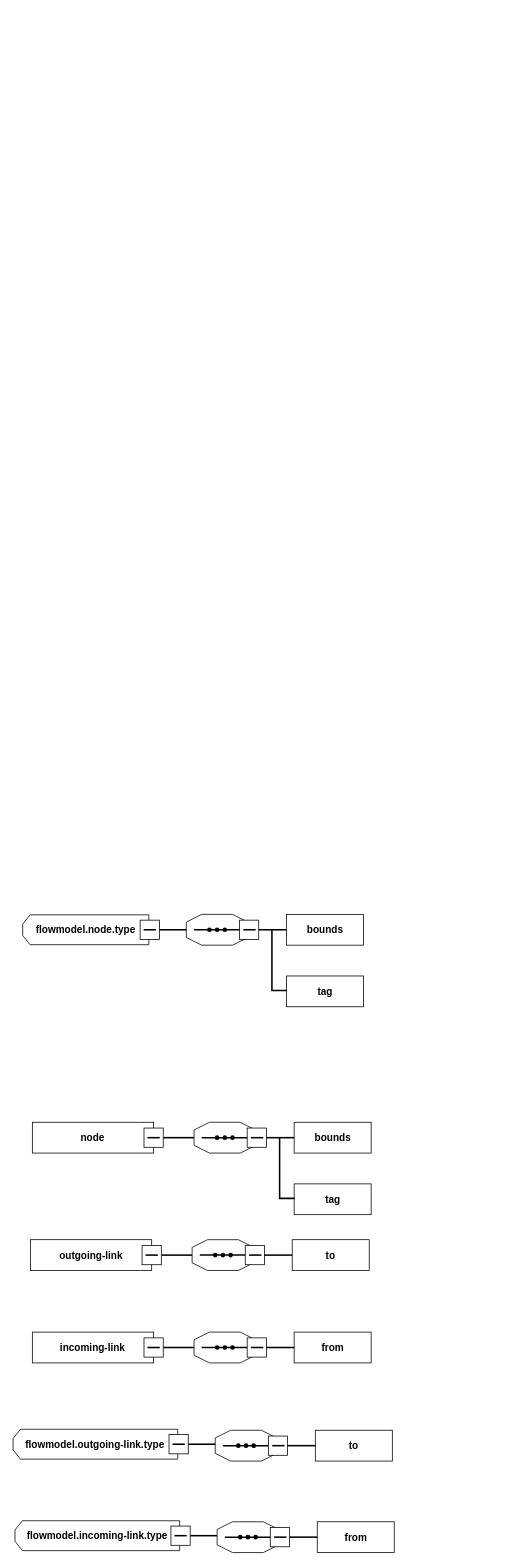
Before: drawio/xsd.drawio in happinessandlove/Pic, a draw.io diagram. Source tidied: cells renumbered, new cells numbered last; positions are measured from the earlier drawing's top-left corner, leaving out a move shared by most shapes. Both pictures are drawn from the tidied source at 77%, with x=0, y=0 at pixel (13, 866).
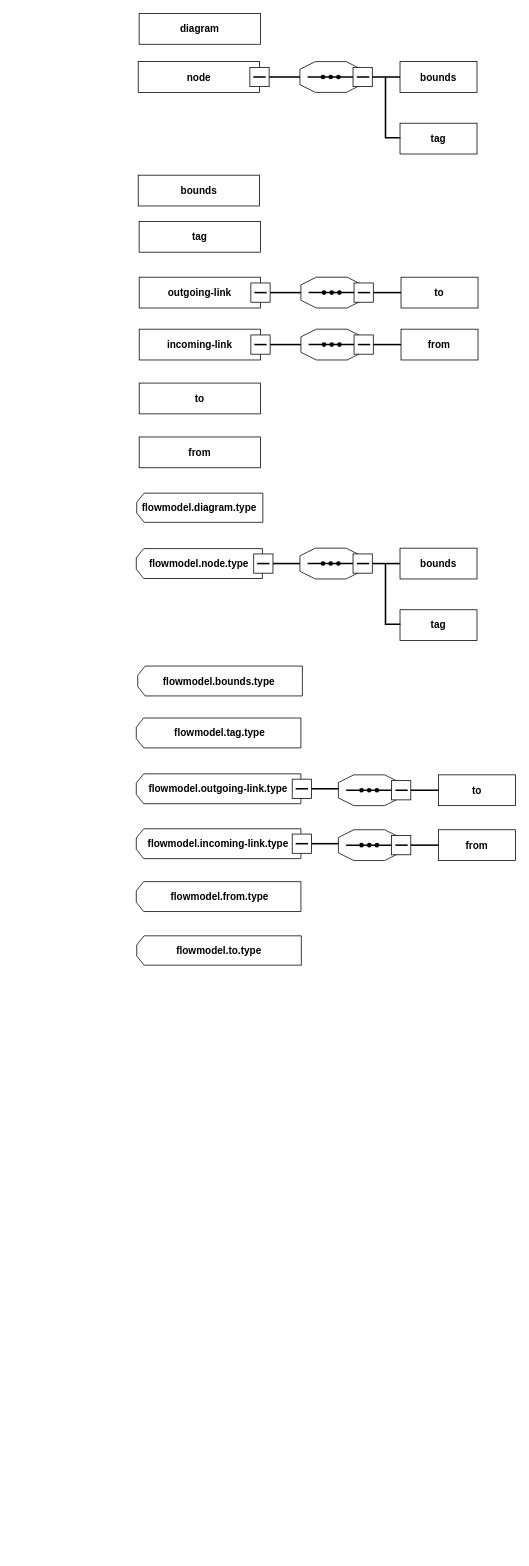
Above is the later version.

Diff of the diagram source:
```diff
@@
     <mxCell id="2" style="group;" parent="1" vertex="1">
-      <mxGeometry x="12" y="62" width="442.5" height="120" as="geometry" />
+      <mxGeometry x="159.5" y="-413.6" width="442.5" height="120" as="geometry" />
     </mxCell>
@@
     <mxCell id="22" style="group;" parent="1" vertex="1">
-      <mxGeometry x="24.5" y="309.5" width="440" height="142.5" as="geometry" />
+      <mxGeometry x="162" y="-1068" width="440" height="142.5" as="geometry" />
     </mxCell>
@@
     <mxCell id="42" style="group;" parent="1" vertex="1">
-      <mxGeometry x="22" y="462" width="440" height="142.5" as="geometry" />
+      <mxGeometry x="163.3" y="-788" width="440" height="270" as="geometry" />
     </mxCell>
@@
-    <mxCell id="60" style="group;" parent="1" vertex="1">
-      <mxGeometry x="24.5" y="582" width="440" height="142.5" as="geometry" />
-    </mxCell>
-    <mxCell id="61" style="group;" parent="60" vertex="1">
-      <mxGeometry width="440" height="85" as="geometry" />
+    <mxCell id="61" style="group;" parent="42" vertex="1">
+      <mxGeometry y="92.5" width="440" height="177.5" as="geometry" />
     </mxCell>
     <mxCell id="62" style="group;" parent="61" vertex="1">
-      <mxGeometry x="210" y="22.5" width="94" height="40" as="geometry" />
+      <mxGeometry x="210" y="-2.5" width="94" height="40" as="geometry" />
     </mxCell>
@@
     <mxCell id="70" style="line;strokeWidth=2;html=1;fontSize=13;" parent="61" vertex="1">
-      <mxGeometry x="170" y="37.5" width="40" height="10" as="geometry" />
+      <mxGeometry x="170" y="12.5" width="40" height="10" as="geometry" />
     </mxCell>
     <mxCell id="71" style="rounded=0;whiteSpace=wrap;html=1;fontSize=13;" parent="61" vertex="1">
-      <mxGeometry x="340" y="22.5" width="100" height="40" as="geometry" />
+      <mxGeometry x="340" y="-2.5" width="100" height="40" as="geometry" />
     </mxCell>
     <mxCell id="72" value="from" style="text;html=1;strokeColor=none;fillColor=none;align=center;verticalAlign=middle;whiteSpace=wrap;rounded=0;fontSize=13;fontStyle=1;" parent="61" vertex="1">
-      <mxGeometry x="360" y="27.5" width="60" height="30" as="geometry" />
+      <mxGeometry x="360" y="2.5" width="60" height="30" as="geometry" />
     </mxCell>
     <mxCell id="73" style="line;strokeWidth=2;html=1;fontSize=13;" parent="61" vertex="1">
-      <mxGeometry x="304" y="37.5" width="36" height="10" as="geometry" />
+      <mxGeometry x="304" y="12.5" width="36" height="10" as="geometry" />
     </mxCell>
     <mxCell id="74" style="rounded=0;whiteSpace=wrap;html=1;" parent="61" vertex="1">
-      <mxGeometry y="22.5" width="157.5" height="40" as="geometry" />
+      <mxGeometry y="-2.5" width="157.5" height="40" as="geometry" />
     </mxCell>
     <mxCell id="75" style="whiteSpace=wrap;html=1;rotation=-90;" parent="61" vertex="1">
-      <mxGeometry x="145" y="30" width="25" height="25" as="geometry" />
+      <mxGeometry x="145" y="5" width="25" height="25" as="geometry" />
     </mxCell>
     <mxCell id="76" style="line;strokeWidth=2;html=1;" parent="61" vertex="1">
-      <mxGeometry x="149.5" width="16" height="85" as="geometry" />
+      <mxGeometry x="149.5" y="-25" width="16" height="85" as="geometry" />
     </mxCell>
     <mxCell id="77" value="incoming-link" style="text;html=1;strokeColor=none;fillColor=none;align=center;verticalAlign=middle;whiteSpace=wrap;rounded=0;fontSize=13;fontStyle=1;" parent="61" vertex="1">
-      <mxGeometry x="18.7" y="27.5" width="120" height="30" as="geometry" />
+      <mxGeometry x="18.7" y="2.5" width="120" height="30" as="geometry" />
     </mxCell>
+    <mxCell id="116" style="group;" parent="61" vertex="1">
+      <mxGeometry y="67.5" width="157.5" height="110" as="geometry" />
+    </mxCell>
+    <mxCell id="117" style="group;" parent="116" vertex="1">
+      <mxGeometry width="157.5" height="40" as="geometry" />
+    </mxCell>
+    <mxCell id="118" style="rounded=0;whiteSpace=wrap;html=1;" parent="117" vertex="1">
+      <mxGeometry width="157.5" height="40" as="geometry" />
+    </mxCell>
+    <mxCell id="119" value="&lt;span style=&quot;font-size: 13px&quot;&gt;&lt;b&gt;to&lt;/b&gt;&lt;/span&gt;" style="text;html=1;strokeColor=none;fillColor=none;align=center;verticalAlign=middle;whiteSpace=wrap;rounded=0;" parent="117" vertex="1">
+      <mxGeometry x="48.8" y="5" width="60" height="30" as="geometry" />
+    </mxCell>
+    <mxCell id="120" style="group;" parent="116" vertex="1">
+      <mxGeometry y="70" width="157.5" height="40" as="geometry" />
+    </mxCell>
+    <mxCell id="121" style="rounded=0;whiteSpace=wrap;html=1;" parent="120" vertex="1">
+      <mxGeometry width="157.5" height="40" as="geometry" />
+    </mxCell>
+    <mxCell id="122" value="&lt;span style=&quot;font-size: 13px&quot;&gt;&lt;b&gt;from&lt;/b&gt;&lt;/span&gt;" style="text;html=1;strokeColor=none;fillColor=none;align=center;verticalAlign=middle;whiteSpace=wrap;rounded=0;" parent="120" vertex="1">
+      <mxGeometry x="48.8" y="5" width="60" height="30" as="geometry" />
+    </mxCell>
+    <mxCell id="123" style="group;" parent="1" vertex="1">
+      <mxGeometry x="163.2" y="-1108" width="157.5" height="40" as="geometry" />
+    </mxCell>
+    <mxCell id="124" style="rounded=0;whiteSpace=wrap;html=1;" parent="123" vertex="1">
+      <mxGeometry width="157.5" height="40" as="geometry" />
+    </mxCell>
+    <mxCell id="125" value="&lt;font style=&quot;font-size: 13px&quot;&gt;&lt;b&gt;diagram&lt;/b&gt;&lt;/font&gt;" style="text;html=1;strokeColor=none;fillColor=none;align=center;verticalAlign=middle;whiteSpace=wrap;rounded=0;" parent="123" vertex="1">
+      <mxGeometry x="48.8" y="5" width="60" height="30" as="geometry" />
+    </mxCell>
+    <mxCell id="126" style="group;" parent="1" vertex="1">
+      <mxGeometry x="162" y="-898" width="157.5" height="40" as="geometry" />
+    </mxCell>
+    <mxCell id="127" style="rounded=0;whiteSpace=wrap;html=1;" parent="126" vertex="1">
+      <mxGeometry width="157.5" height="40" as="geometry" />
+    </mxCell>
+    <mxCell id="128" value="&lt;font style=&quot;font-size: 13px&quot;&gt;&lt;b&gt;bounds&lt;/b&gt;&lt;/font&gt;" style="text;html=1;strokeColor=none;fillColor=none;align=center;verticalAlign=middle;whiteSpace=wrap;rounded=0;" parent="126" vertex="1">
+      <mxGeometry x="48.8" y="5" width="60" height="30" as="geometry" />
+    </mxCell>
+    <mxCell id="129" style="group;" parent="1" vertex="1">
+      <mxGeometry x="163.2" y="-838" width="157.5" height="40" as="geometry" />
+    </mxCell>
+    <mxCell id="130" style="rounded=0;whiteSpace=wrap;html=1;" parent="129" vertex="1">
+      <mxGeometry width="157.5" height="40" as="geometry" />
+    </mxCell>
+    <mxCell id="131" value="&lt;span style=&quot;font-size: 13px&quot;&gt;&lt;b&gt;tag&lt;/b&gt;&lt;/span&gt;" style="text;html=1;strokeColor=none;fillColor=none;align=center;verticalAlign=middle;whiteSpace=wrap;rounded=0;" parent="129" vertex="1">
+      <mxGeometry x="48.8" y="5" width="60" height="30" as="geometry" />
+    </mxCell>
+    <mxCell id="132" style="group;" parent="1" vertex="1">
+      <mxGeometry x="162" y="-485.5" width="160" height="38.8" as="geometry" />
+    </mxCell>
+    <mxCell id="133" style="shape=loopLimit;whiteSpace=wrap;html=1;rotation=-90;horizontal=0;verticalAlign=middle;textDirection=ltr;labelPosition=center;verticalLabelPosition=middle;align=center;size=12;" parent="132" vertex="1">
+      <mxGeometry x="61" y="-62.5" width="37.9" height="163.8" as="geometry" />
+    </mxCell>
+    <mxCell id="134" value="flowmodel.diagram.type" style="text;html=1;strokeColor=none;fillColor=none;align=center;verticalAlign=middle;whiteSpace=wrap;rounded=0;fontSize=13;fontStyle=1;" parent="132" vertex="1">
+      <mxGeometry x="21.4" y="4.4" width="117.2" height="30" as="geometry" />
+    </mxCell>
+    <mxCell id="135" style="shape=loopLimit;whiteSpace=wrap;html=1;rotation=-90;horizontal=0;verticalAlign=middle;textDirection=ltr;labelPosition=center;verticalLabelPosition=middle;align=center;size=12;" parent="1" vertex="1">
+      <mxGeometry x="248.9" y="-348" width="38.8" height="213.8" as="geometry" />
+    </mxCell>
+    <mxCell id="136" value="&lt;b&gt;&lt;font style=&quot;font-size: 13px&quot;&gt;flowmodel.bounds.type&lt;/font&gt;&lt;/b&gt;" style="text;html=1;strokeColor=none;fillColor=none;align=center;verticalAlign=middle;whiteSpace=wrap;rounded=0;" parent="1" vertex="1">
+      <mxGeometry x="163.3" y="-256.1" width="208.1" height="30" as="geometry" />
+    </mxCell>
+    <mxCell id="137" style="group;" parent="1" vertex="1">
+      <mxGeometry x="159.5" y="-193" width="213.8" height="38.8" as="geometry" />
+    </mxCell>
+    <mxCell id="138" style="shape=loopLimit;whiteSpace=wrap;html=1;rotation=-90;horizontal=0;verticalAlign=middle;textDirection=ltr;labelPosition=center;verticalLabelPosition=middle;align=center;size=12;" parent="137" vertex="1">
+      <mxGeometry x="87.5" y="-87.5" width="38.8" height="213.8" as="geometry" />
+    </mxCell>
+    <mxCell id="139" value="&lt;b&gt;&lt;font style=&quot;font-size: 13px&quot;&gt;flowmodel.tag.type&lt;/font&gt;&lt;/b&gt;" style="text;html=1;strokeColor=none;fillColor=none;align=center;verticalAlign=middle;whiteSpace=wrap;rounded=0;" parent="137" vertex="1">
+      <mxGeometry x="3.8" y="4.4" width="210" height="30" as="geometry" />
+    </mxCell>
+    <mxCell id="140" style="group;" parent="1" vertex="1">
+      <mxGeometry x="159.5" y="-120.5" width="492.5" height="112.6" as="geometry" />
+    </mxCell>
-    <mxCell id="78" style="group;" parent="1" vertex="1">
-      <mxGeometry x="-0.5" y="730.7" width="492.5" height="41.3" as="geometry" />
+    <mxCell id="78" style="group;" parent="140" vertex="1">
+      <mxGeometry width="492.5" height="41.3" as="geometry" />
     </mxCell>
@@
-    <mxCell id="97" style="group;" parent="1" vertex="1">
-      <mxGeometry x="2" y="849.5" width="492.5" height="41.3" as="geometry" />
+    <mxCell id="97" style="group;" parent="140" vertex="1">
+      <mxGeometry y="71.3" width="492.5" height="41.3" as="geometry" />
     </mxCell>
@@
+    <mxCell id="141" style="group;" parent="1" vertex="1">
+      <mxGeometry x="159.5" y="19.5" width="213.8" height="108.8" as="geometry" />
+    </mxCell>
+    <mxCell id="142" style="group;" parent="141" vertex="1">
+      <mxGeometry x="2.5" y="70" width="210" height="38.8" as="geometry" />
+    </mxCell>
+    <mxCell id="143" style="shape=loopLimit;whiteSpace=wrap;html=1;rotation=-90;horizontal=0;verticalAlign=middle;textDirection=ltr;labelPosition=center;verticalLabelPosition=middle;align=center;size=12;" parent="142" vertex="1">
+      <mxGeometry x="85.9" y="-87.5" width="38.1" height="213.8" as="geometry" />
+    </mxCell>
+    <mxCell id="144" value="&lt;b&gt;&lt;font style=&quot;font-size: 13px&quot;&gt;flowmodel.to.type&lt;/font&gt;&lt;/b&gt;" style="text;html=1;strokeColor=none;fillColor=none;align=center;verticalAlign=middle;whiteSpace=wrap;rounded=0;" parent="142" vertex="1">
+      <mxGeometry x="1.9" y="4.4" width="206.3" height="30" as="geometry" />
+    </mxCell>
+    <mxCell id="145" style="group;" parent="141" vertex="1">
+      <mxGeometry width="213.8" height="38.8" as="geometry" />
+    </mxCell>
+    <mxCell id="146" style="shape=loopLimit;whiteSpace=wrap;html=1;rotation=-90;horizontal=0;verticalAlign=middle;textDirection=ltr;labelPosition=center;verticalLabelPosition=middle;align=center;size=12;" parent="145" vertex="1">
+      <mxGeometry x="87.5" y="-87.5" width="38.8" height="213.8" as="geometry" />
+    </mxCell>
+    <mxCell id="147" value="&lt;b&gt;&lt;font style=&quot;font-size: 13px&quot;&gt;flowmodel.from.type&lt;/font&gt;&lt;/b&gt;" style="text;html=1;strokeColor=none;fillColor=none;align=center;verticalAlign=middle;whiteSpace=wrap;rounded=0;" parent="145" vertex="1">
+      <mxGeometry x="3.8" y="4.4" width="210" height="30" as="geometry" />
+    </mxCell>
```
